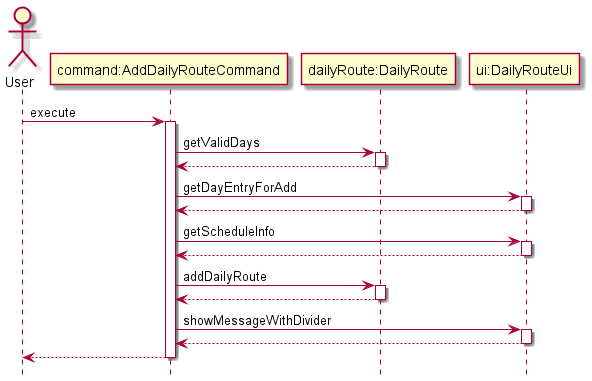
Above: docs/images/addday.png in nus-cs2113-AY2021S2/tp (PlantUML), before the change.
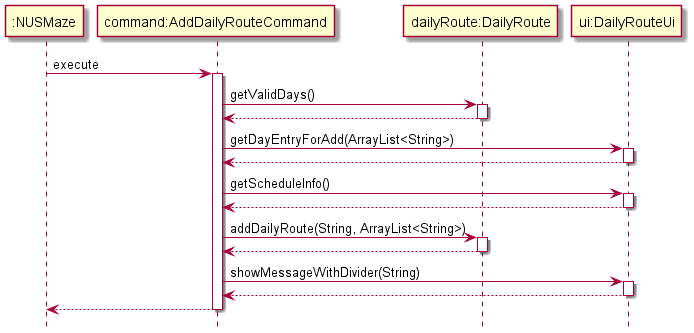
The same file after the commit.

Commit message:
edited help command fixed uml diagram

Change to the diagram source:
```diff
@@ -1,33 +1,33 @@
 @startuml
 hide footbox
 
-actor User
-User -> "command:AddDailyRouteCommand" : execute
+participant ":NUSMaze"
+":NUSMaze" -> "command:AddDailyRouteCommand" : execute
 activate "command:AddDailyRouteCommand"
-"command:AddDailyRouteCommand" -> "dailyRoute:DailyRoute" : getValidDays
+"command:AddDailyRouteCommand" -> "dailyRoute:DailyRoute" : getValidDays()
 activate "dailyRoute:DailyRoute"
 return
 deactivate "dailyRoute:DailyRoute"
-"command:AddDailyRouteCommand" -> "ui:DailyRouteUi" : getDayEntryForAdd
+"command:AddDailyRouteCommand" -> "ui:DailyRouteUi" : getDayEntryForAdd(ArrayList<String>)
 activate "ui:DailyRouteUi"
 return
 deactivate "ui:DailyRouteUi"
 
-"command:AddDailyRouteCommand" -> "ui:DailyRouteUi" : getScheduleInfo
+"command:AddDailyRouteCommand" -> "ui:DailyRouteUi" : getScheduleInfo()
 activate "ui:DailyRouteUi"
 return
 deactivate "ui:DailyRouteUi"
 
-"command:AddDailyRouteCommand" -> "dailyRoute:DailyRoute" : addDailyRoute
+"command:AddDailyRouteCommand" -> "dailyRoute:DailyRoute" : addDailyRoute(String, ArrayList<String>)
 activate "dailyRoute:DailyRoute"
 "dailyRoute:DailyRoute" --> "command:AddDailyRouteCommand"
 deactivate "dailyRoute:DailyRoute"
 
-"command:AddDailyRouteCommand" -> "ui:DailyRouteUi": showMessageWithDivider
+"command:AddDailyRouteCommand" -> "ui:DailyRouteUi": showMessageWithDivider(String)
 activate "ui:DailyRouteUi"
 return
 deactivate "ui:DailyRouteUi"
-"command:AddDailyRouteCommand" --> User
+"command:AddDailyRouteCommand" --> ":NUSMaze"
 deactivate "command:AddDailyRouteCommand"
 
 @enduml
```
